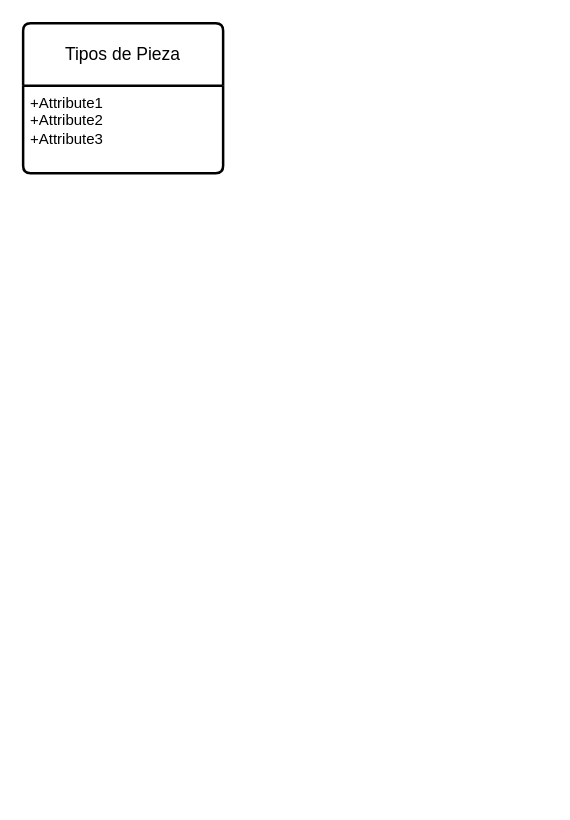
Before: ejercicio5.drawio in AsierGArranz/aga-sru-sa-t-UD12DiagramaER-11102023, a draw.io diagram. Source tidied: cells renumbered, new cells numbered last; positions are measured from the earlier drawing's top-left corner, leaving out a move shared by most shapes. Both pictures are drawn from the tidied source at 125%, with x=0, y=0 at pixel (22, 22).
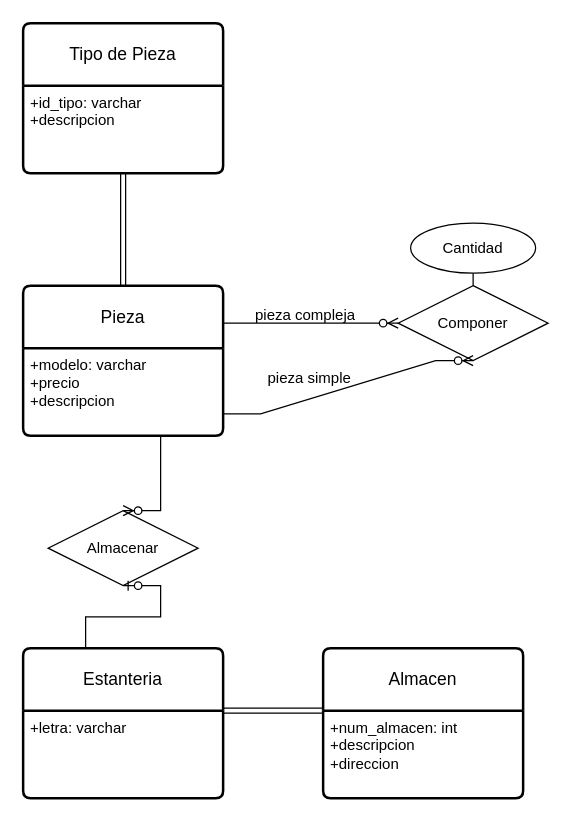
Above is the later version.

What changed in the source:
```diff
@@
-    <mxCell id="2" value="Tipos de Pieza" style="swimlane;horizontal=1;startSize=50;rounded=1;fontSize=14;fontStyle=0;strokeWidth=2;shadow=0;dashed=0;align=center;arcSize=4;whiteSpace=wrap;html=1;" parent="1" vertex="1">
+    <mxCell id="2" value="Tipo de Pieza" style="swimlane;horizontal=1;startSize=50;rounded=1;fontSize=14;fontStyle=0;strokeWidth=2;shadow=0;dashed=0;align=center;arcSize=4;whiteSpace=wrap;html=1;" parent="1" vertex="1">
       <mxGeometry width="160" height="120" as="geometry" />
     </mxCell>
-    <mxCell id="3" value="+Attribute1&#10;+Attribute2&#10;+Attribute3" style="align=left;strokeColor=none;fillColor=none;spacingLeft=4;fontSize=12;verticalAlign=top;html=1;" parent="2" vertex="1">
+    <mxCell id="3" value="+id_tipo: varchar&lt;br&gt;+descripcion" style="align=left;strokeColor=none;fillColor=none;spacingLeft=4;fontSize=12;verticalAlign=top;html=1;" parent="2" vertex="1">
       <mxGeometry y="50" width="160" height="70" as="geometry" />
     </mxCell>
+    <mxCell id="4" value="Pieza" style="swimlane;horizontal=1;startSize=50;rounded=1;fontSize=14;fontStyle=0;strokeWidth=2;shadow=0;dashed=0;align=center;arcSize=4;whiteSpace=wrap;html=1;" parent="1" vertex="1">
+      <mxGeometry y="210" width="160" height="120" as="geometry" />
+    </mxCell>
+    <mxCell id="5" value="+modelo: varchar&lt;br&gt;+precio&lt;br&gt;+descripcion" style="align=left;strokeColor=none;fillColor=none;spacingLeft=4;fontSize=12;verticalAlign=top;html=1;" parent="4" vertex="1">
+      <mxGeometry y="50" width="160" height="70" as="geometry" />
+    </mxCell>
+    <mxCell id="6" value="Estanteria" style="swimlane;horizontal=1;startSize=50;rounded=1;fontSize=14;fontStyle=0;strokeWidth=2;shadow=0;dashed=0;align=center;arcSize=4;whiteSpace=wrap;html=1;" parent="1" vertex="1">
+      <mxGeometry y="500" width="160" height="120" as="geometry" />
+    </mxCell>
+    <mxCell id="7" value="+letra: varchar" style="align=left;strokeColor=none;fillColor=none;spacingLeft=4;fontSize=12;verticalAlign=top;html=1;" parent="6" vertex="1">
+      <mxGeometry y="50" width="160" height="70" as="geometry" />
+    </mxCell>
+    <mxCell id="8" value="Componer" style="shape=rhombus;perimeter=rhombusPerimeter;whiteSpace=wrap;html=1;align=center;" parent="1" vertex="1">
+      <mxGeometry x="300" y="210" width="120" height="60" as="geometry" />
+    </mxCell>
+    <mxCell id="9" value="Cantidad" style="ellipse;whiteSpace=wrap;html=1;align=center;" parent="1" vertex="1">
+      <mxGeometry x="310" y="160" width="100" height="40" as="geometry" />
+    </mxCell>
+    <mxCell id="10" value="Almacenar" style="shape=rhombus;perimeter=rhombusPerimeter;whiteSpace=wrap;html=1;align=center;" parent="1" vertex="1">
+      <mxGeometry x="20" y="390" width="120" height="60" as="geometry" />
+    </mxCell>
+    <mxCell id="11" value="Almacen" style="swimlane;horizontal=1;startSize=50;rounded=1;fontSize=14;fontStyle=0;strokeWidth=2;shadow=0;dashed=0;align=center;arcSize=4;whiteSpace=wrap;html=1;" parent="1" vertex="1">
+      <mxGeometry x="240" y="500" width="160" height="120" as="geometry" />
+    </mxCell>
+    <mxCell id="12" value="+num_almacen: int&lt;br&gt;+descripcion&lt;br&gt;+direccion" style="align=left;strokeColor=none;fillColor=none;spacingLeft=4;fontSize=12;verticalAlign=top;html=1;" parent="11" vertex="1">
+      <mxGeometry y="50" width="160" height="70" as="geometry" />
+    </mxCell>
+    <mxCell id="13" style="shape=link;html=1;rounded=0;exitX=1;exitY=0;exitDx=0;exitDy=0;entryX=0;entryY=0;entryDx=0;entryDy=0;" parent="1" edge="1" source="7" target="12">
+      <mxGeometry relative="1" as="geometry" />
+    </mxCell>
+    <mxCell id="14" style="edgeStyle=entityRelationEdgeStyle;fontSize=12;html=1;endArrow=ERzeroToOne;endFill=1;rounded=0;exitX=0.5;exitY=0;exitDx=0;exitDy=0;entryX=0.5;entryY=1;entryDx=0;entryDy=0;" parent="1" edge="1" source="6" target="10">
+      <mxGeometry relative="1" as="geometry" />
+    </mxCell>
+    <mxCell id="15" style="edgeStyle=entityRelationEdgeStyle;fontSize=12;html=1;endArrow=ERzeroToMany;endFill=1;rounded=0;exitX=0.5;exitY=1;exitDx=0;exitDy=0;entryX=0.5;entryY=0;entryDx=0;entryDy=0;" parent="1" edge="1" source="5" target="10">
+      <mxGeometry relative="1" as="geometry" />
+    </mxCell>
+    <mxCell id="16" style="endArrow=none;html=1;rounded=0;entryX=0.5;entryY=1;entryDx=0;entryDy=0;exitX=0.5;exitY=0;exitDx=0;exitDy=0;" parent="1" edge="1" source="8" target="9">
+      <mxGeometry relative="1" as="geometry" />
+    </mxCell>
+    <mxCell id="17" style="edgeStyle=entityRelationEdgeStyle;fontSize=12;html=1;endArrow=ERzeroToMany;endFill=1;rounded=0;exitX=1;exitY=0.25;exitDx=0;exitDy=0;entryX=0;entryY=0.5;entryDx=0;entryDy=0;" parent="1" edge="1" source="4" target="8">
+      <mxGeometry relative="1" as="geometry" />
+    </mxCell>
+    <mxCell id="18" value="pieza compleja" style="text;strokeColor=none;fillColor=none;spacingLeft=4;spacingRight=4;overflow=hidden;fontSize=12;whiteSpace=wrap;html=1;" parent="1" vertex="1">
+      <mxGeometry x="180" y="220" width="110" height="30" as="geometry" />
+    </mxCell>
+    <mxCell id="19" style="edgeStyle=entityRelationEdgeStyle;fontSize=12;html=1;endArrow=ERzeroToMany;endFill=1;rounded=0;entryX=0.5;entryY=1;entryDx=0;entryDy=0;exitX=1;exitY=0.75;exitDx=0;exitDy=0;" parent="1" edge="1" source="5" target="8">
+      <mxGeometry relative="1" as="geometry" />
+    </mxCell>
+    <mxCell id="20" value="pieza simple" style="text;strokeColor=none;fillColor=none;spacingLeft=4;spacingRight=4;overflow=hidden;fontSize=12;whiteSpace=wrap;html=1;" parent="1" vertex="1">
+      <mxGeometry x="190" y="270" width="110" height="30" as="geometry" />
+    </mxCell>
+    <mxCell id="21" style="shape=link;html=1;rounded=0;exitX=0.5;exitY=1;exitDx=0;exitDy=0;entryX=0.5;entryY=0;entryDx=0;entryDy=0;" parent="1" edge="1" source="3" target="4">
+      <mxGeometry relative="1" as="geometry" />
+    </mxCell>
```
